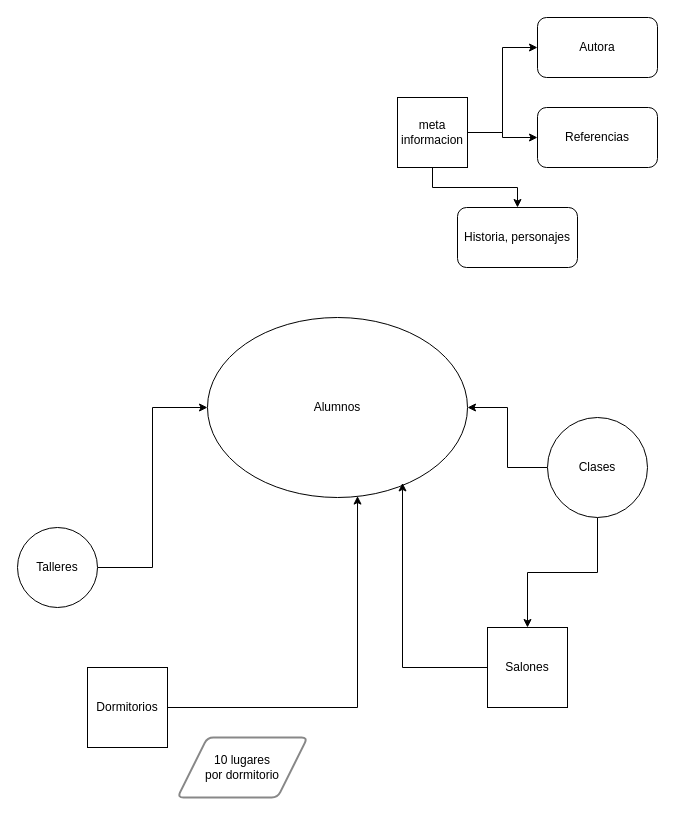
Above: documentos/escuelaodonian.drawio in koffer/Anarres-DB (draw.io), before the change. Source tidied: cells renumbered, new cells numbered last; positions are measured from the earlier drawing's top-left corner, leaving out a move shared by most shapes. Both pictures are drawn from the tidied source at 100%, with x=0, y=0 at pixel (17, 17).
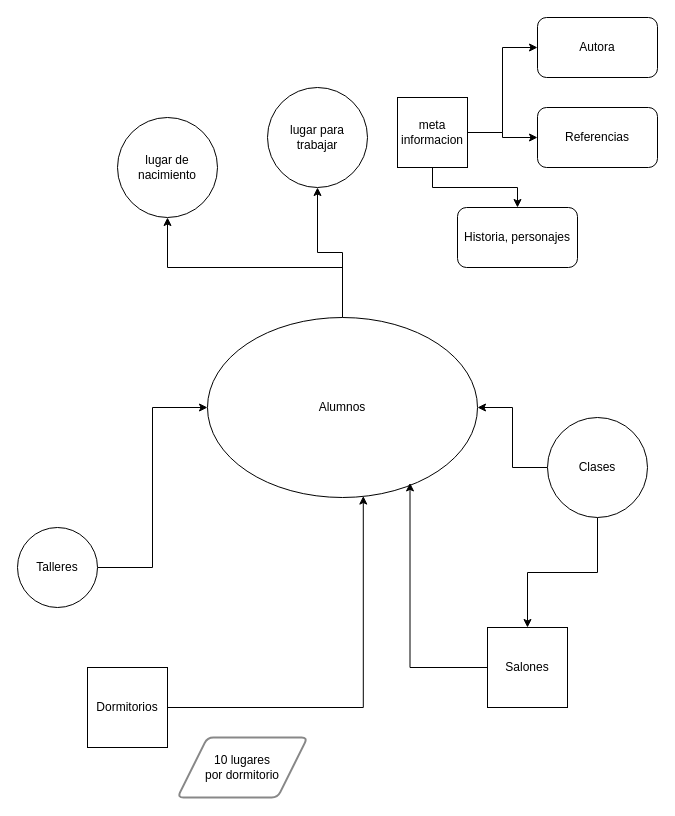
The same diagram, later.

Commit message (it also covers changes not shown here):
documentos del proyecto

Diff of the diagram source:
```diff
@@
+    <mxCell id="20" style="edgeStyle=orthogonalEdgeStyle;rounded=0;jettySize=auto;html=1;entryX=0.5;entryY=1;entryDx=0;entryDy=0;" parent="1" edge="1" source="2" target="22">
+      <mxGeometry relative="1" as="geometry" />
+    </mxCell>
+    <mxCell id="21" style="edgeStyle=orthogonalEdgeStyle;rounded=0;jettySize=auto;html=1;entryX=0.5;entryY=1;entryDx=0;entryDy=0;" parent="1" edge="1" source="2" target="23">
+      <mxGeometry relative="1" as="geometry" />
+    </mxCell>
     <mxCell id="2" value="Alumnos" style="ellipse;whiteSpace=wrap;html=1;" parent="1" vertex="1">
-      <mxGeometry x="190" y="300" width="260" height="180" as="geometry" />
+      <mxGeometry x="190" y="300" width="270" height="180" as="geometry" />
     </mxCell>
@@
+    <mxCell id="22" value="lugar de nacimiento" style="ellipse;whiteSpace=wrap;html=1;" parent="1" vertex="1">
+      <mxGeometry x="100" y="100" width="100" height="100" as="geometry" />
+    </mxCell>
+    <mxCell id="23" value="lugar para trabajar" style="ellipse;whiteSpace=wrap;html=1;" parent="1" vertex="1">
+      <mxGeometry x="250" y="70" width="100" height="100" as="geometry" />
+    </mxCell>
```
